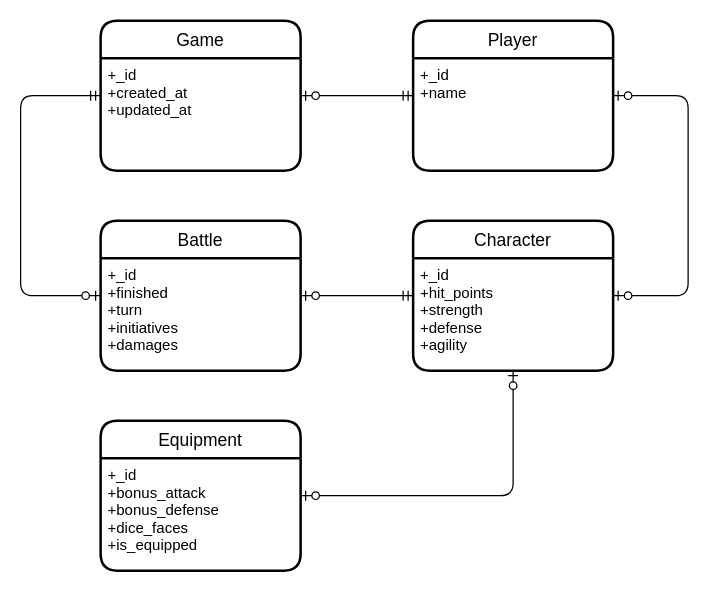
The draw.io diagram page "ERD" (1 of 2) of TBRPG Diagrams.drawio in thbighead/turn-based-rpg, before the edit. Source tidied: cells renumbered, new cells numbered last; positions are measured from the earlier drawing's top-left corner, leaving out a move shared by most shapes. Both pictures are drawn from the tidied source at 125%, with x=0, y=0 at pixel (20, 20).
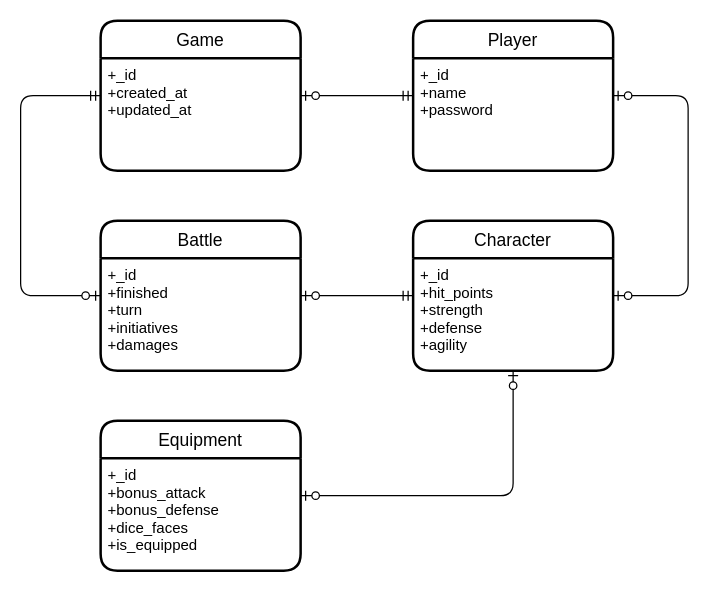
The same diagram, later.

Commit message:
Update Diagrams: adding Player's password attribute

Unchanged cells that the change refers to:
```xml
<mxCell id="9" value="Player" style="swimlane;horizontal=1;startSize=30;rounded=1;fontSize=14;fontStyle=0;strokeWidth=2;shadow=0;dashed=0;align=center;" parent="1" vertex="1">
  <mxGeometry x="314" width="160" height="120" as="geometry" />
</mxCell>
```

Change to the diagram source:
```diff
@@
-    <mxCell id="10" value="+_id&#10;+name" style="align=left;strokeColor=none;fillColor=none;spacingLeft=4;fontSize=12;verticalAlign=top;" parent="9" vertex="1">
+    <mxCell id="10" value="+_id&#10;+name&#10;+password" style="align=left;strokeColor=none;fillColor=none;spacingLeft=4;fontSize=12;verticalAlign=top;" parent="9" vertex="1">
       <mxGeometry y="30" width="160" height="90" as="geometry" />
     </mxCell>
```
